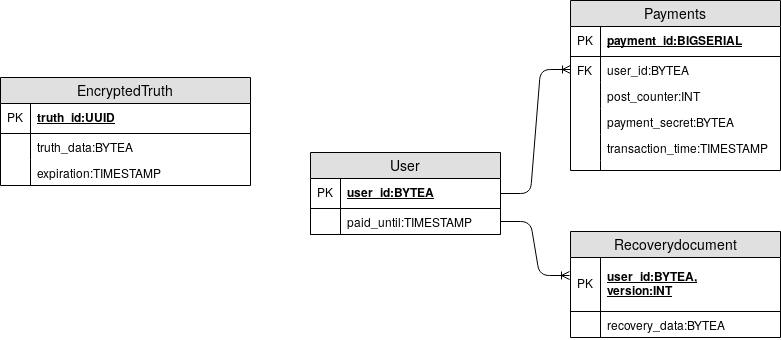
The draw.io diagram anastasis-db.png in prototypefund/Digital_Bargeld-docs, before a commit. Source tidied: cells renumbered, new cells last; positions are measured from the earlier drawing's top-left corner, leaving out a move shared by most shapes.
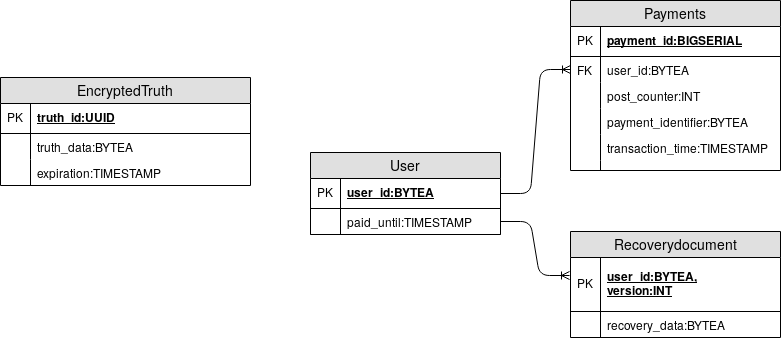
The same file after the commit.

The edit, as a diff of the source:
```diff
@@ -74,7 +74,7 @@
     <mxCell id="25" style="shape=partialRectangle;top=0;left=0;bottom=0;fillColor=none;align=left;verticalAlign=top;spacingLeft=4;spacingRight=4;overflow=hidden;fontSize=12;" parent="24" vertex="1">
       <mxGeometry width="30" height="26" as="geometry" />
     </mxCell>
-    <mxCell id="26" value="payment_secret:BYTEA" style="shape=partialRectangle;top=0;left=0;right=0;bottom=0;align=left;verticalAlign=top;fillColor=none;spacingLeft=34;spacingRight=4;overflow=hidden;fontSize=12;" parent="19" vertex="1">
+    <mxCell id="26" value="payment_identifier:BYTEA" style="shape=partialRectangle;top=0;left=0;right=0;bottom=0;align=left;verticalAlign=top;fillColor=none;spacingLeft=34;spacingRight=4;overflow=hidden;fontSize=12;" parent="19" vertex="1">
       <mxGeometry y="108" width="210" height="26" as="geometry" />
     </mxCell>
     <mxCell id="27" style="shape=partialRectangle;top=0;left=0;bottom=0;fillColor=none;align=left;verticalAlign=top;spacingLeft=4;spacingRight=4;overflow=hidden;fontSize=12;" parent="26" vertex="1">
```
